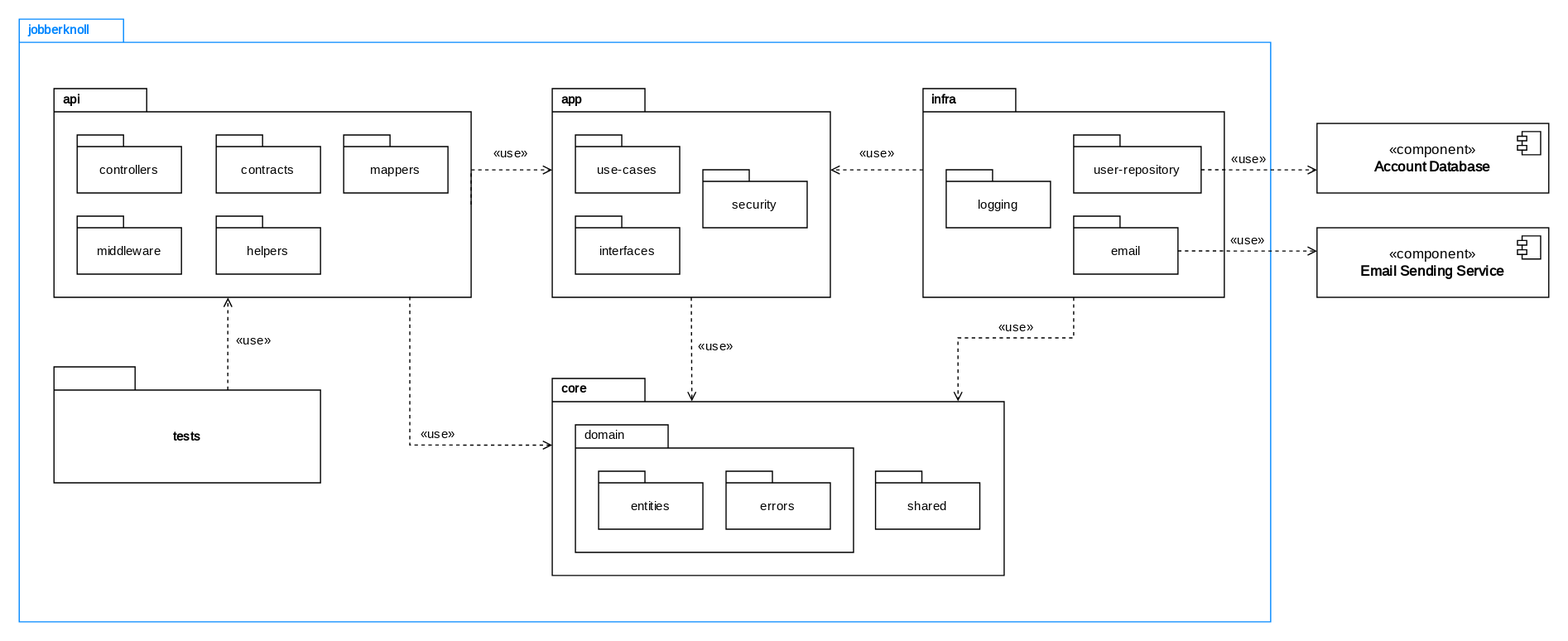
This is documentation/course/e2/images/package-diagram-jobberknoll.drawio.svg from PWR-ACS-SE-24/SoftwareSystemDesign, a draw.io export, as it was before one commit. Source tidied: cells renumbered, new cells last; positions are measured from the earlier drawing's top-left corner, leaving out a move shared by most shapes.
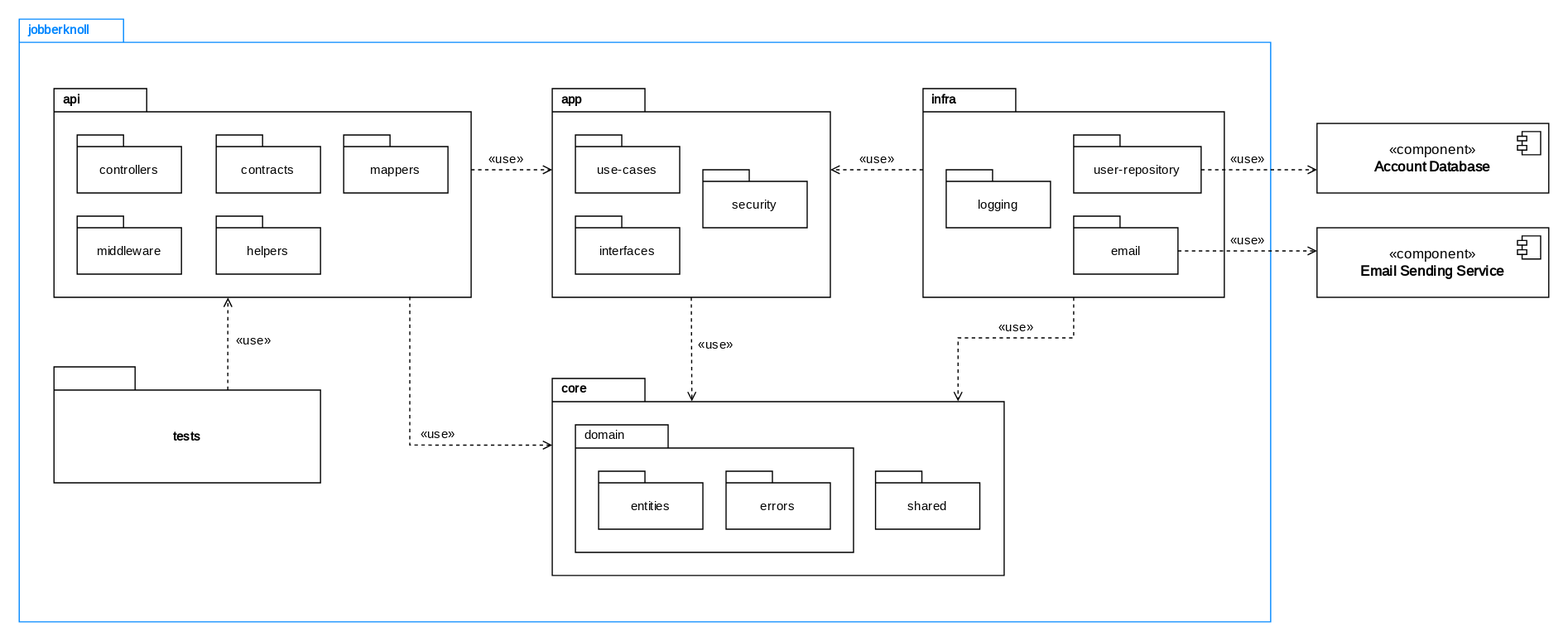
The same file after the commit.

Commit message:
Address review comments

The edit, as a diff of the source:
```diff
@@ -76,16 +76,17 @@
         <mxPoint x="20" y="6" as="offset" />
       </mxGeometry>
     </mxCell>
-    <mxCell id="26" style="edgeStyle=orthogonalEdgeStyle;rounded=0;jettySize=auto;html=1;exitX=0;exitY=0;exitDx=360;exitDy=100;exitPerimeter=0;endArrow=open;endFill=0;dashed=1;fontFamily=JetBrains Mono;fontSource=https%3A%2F%2Ffonts.googleapis.com%2Fcss%3Ffamily%3DJetBrains%2BMono;" parent="1" edge="1" source="4" target="11">
+    <mxCell id="26" style="edgeStyle=orthogonalEdgeStyle;rounded=0;jettySize=auto;html=1;endArrow=open;endFill=0;dashed=1;fontFamily=JetBrains Mono;fontSource=https%3A%2F%2Ffonts.googleapis.com%2Fcss%3Ffamily%3DJetBrains%2BMono;" parent="1" edge="1" source="4" target="11">
       <mxGeometry relative="1" as="geometry">
         <Array as="points">
-          <mxPoint x="390" y="130" />
+          <mxPoint x="420" y="130" />
+          <mxPoint x="420" y="130" />
         </Array>
       </mxGeometry>
     </mxCell>
     <mxCell id="27" value="«use»&lt;b&gt;&lt;br&gt;&lt;/b&gt;" style="edgeLabel;html=1;align=center;verticalAlign=middle;fontFamily=JetBrains Mono;fontSource=https%3A%2F%2Ffonts.googleapis.com%2Fcss%3Ffamily%3DJetBrains%2BMono;" parent="26" vertex="1">
       <mxGeometry x="0.26" y="1" relative="1" as="geometry">
-        <mxPoint y="-14" as="offset" />
+        <mxPoint x="-14" y="-9" as="offset" />
       </mxGeometry>
     </mxCell>
     <mxCell id="28" style="edgeStyle=orthogonalEdgeStyle;rounded=0;jettySize=auto;html=1;dashed=1;endArrow=open;endFill=0;fontFamily=JetBrains Mono;fontSource=https%3A%2F%2Ffonts.googleapis.com%2Fcss%3Ffamily%3DJetBrains%2BMono;" parent="1" edge="1" source="41" target="11">
@@ -98,7 +99,7 @@
     </mxCell>
     <mxCell id="29" value="«use»&lt;b&gt;&lt;br&gt;&lt;/b&gt;" style="edgeLabel;html=1;align=center;verticalAlign=middle;fontFamily=JetBrains Mono;fontSource=https%3A%2F%2Ffonts.googleapis.com%2Fcss%3Ffamily%3DJetBrains%2BMono;" parent="28" vertex="1">
       <mxGeometry relative="1" as="geometry">
-        <mxPoint x="-1" y="-15" as="offset" />
+        <mxPoint x="-1" y="-10" as="offset" />
       </mxGeometry>
     </mxCell>
     <mxCell id="30" style="edgeStyle=orthogonalEdgeStyle;rounded=0;jettySize=auto;html=1;exitX=0.853;exitY=0.997;exitDx=0;exitDy=0;exitPerimeter=0;entryX=0;entryY=0;entryDx=0;entryDy=57.5;entryPerimeter=0;dashed=1;endArrow=open;endFill=0;fontFamily=JetBrains Mono;fontSource=https%3A%2F%2Ffonts.googleapis.com%2Fcss%3Ffamily%3DJetBrains%2BMono;" parent="1" edge="1" source="4" target="16">
```
